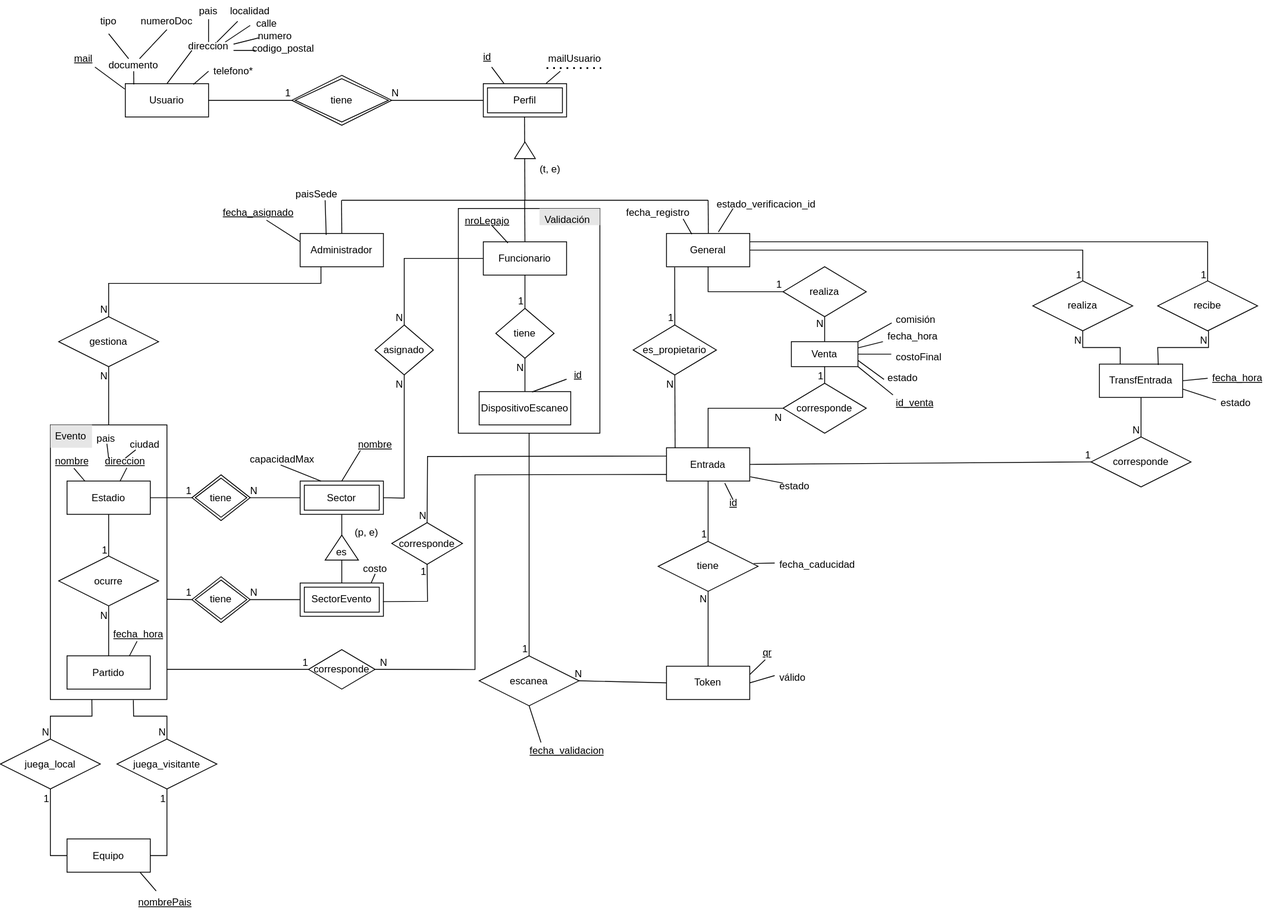
belenkanas/BackendObligatorio-BDII-2026 keeps this draw.io diagram as mer/MERObligatoriov4.svg. Above is the earlier version. Source tidied: cells renumbered, new cells last; positions are measured from the earlier drawing's top-left corner, leaving out a move shared by most shapes.
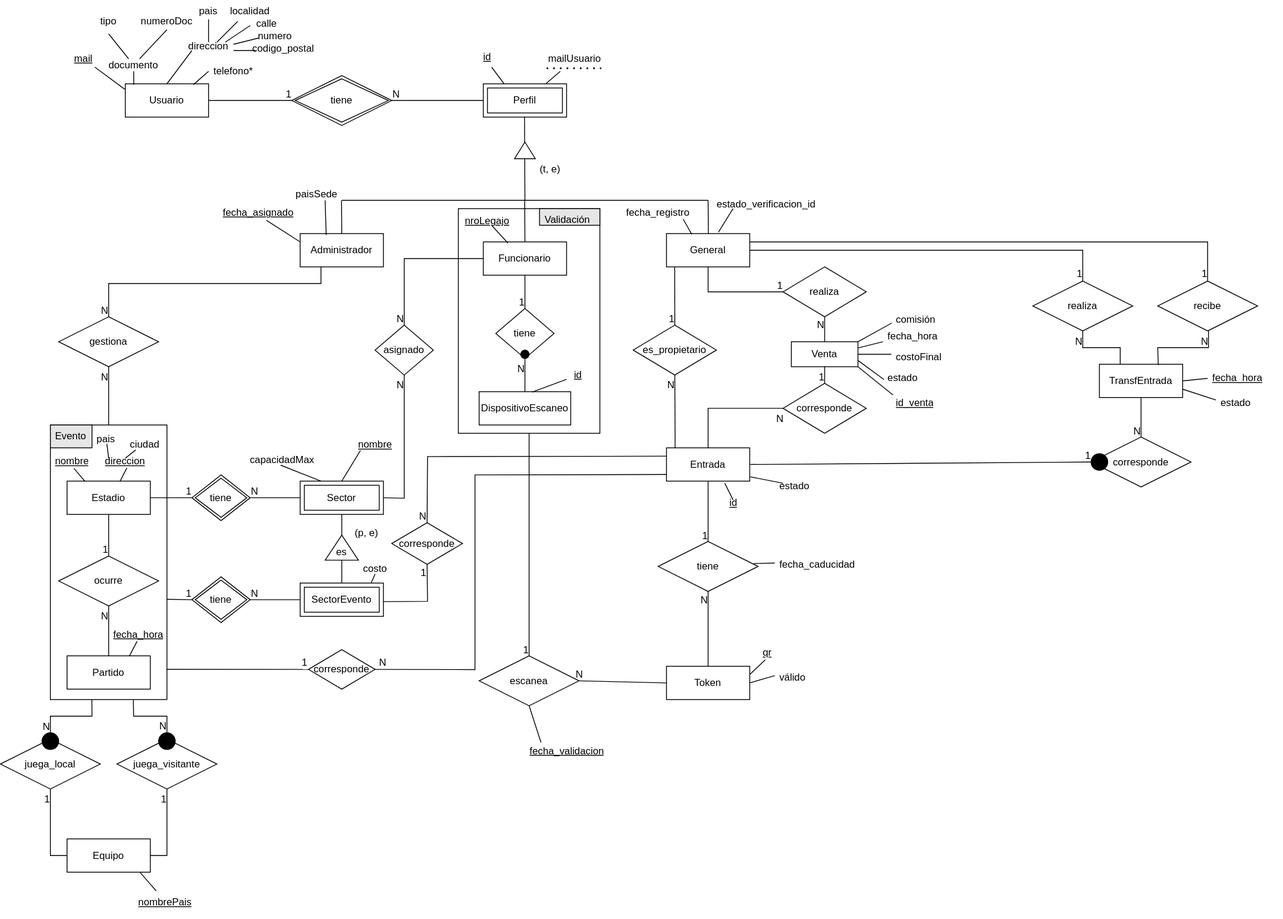
Later version of the same file.

What changed in the source:
```diff
@@ -87,7 +87,7 @@
     <mxCell id="24" value="1" style="html=1;whiteSpace=wrap;align=right;verticalAlign=bottom;" parent="23" vertex="1">
       <mxGeometry x="1" relative="1" as="geometry" />
     </mxCell>
-    <mxCell id="25" style="endArrow=none;html=1;rounded=0;exitX=0.5;exitY=0;exitDx=0;exitDy=0;entryX=0.5;entryY=1;entryDx=0;entryDy=0;" parent="1" edge="1" source="21" target="22">
+    <mxCell id="25" style="endArrow=none;html=1;rounded=0;exitX=0.5;exitY=0;exitDx=0;exitDy=0;entryX=0.5;entryY=1;entryDx=0;entryDy=0;" parent="1" edge="1" source="212" target="22">
       <mxGeometry relative="1" as="geometry" />
     </mxCell>
     <mxCell id="26" value="N" style="html=1;whiteSpace=wrap;align=right;verticalAlign=bottom;" parent="25" vertex="1">
@@ -180,7 +180,9 @@
       </mxGeometry>
     </mxCell>
     <mxCell id="46" value="N" style="html=1;whiteSpace=wrap;align=right;verticalAlign=bottom;" parent="45" vertex="1">
-      <mxGeometry x="1" relative="1" as="geometry" />
+      <mxGeometry x="1" relative="1" as="geometry">
+        <mxPoint y="-8" as="offset" />
+      </mxGeometry>
     </mxCell>
     <mxCell id="47" style="endArrow=none;html=1;rounded=0;exitX=1.001;exitY=0.644;exitDx=0;exitDy=0;entryX=0.5;entryY=0;entryDx=0;entryDy=0;exitPerimeter=0;" parent="1" edge="1" source="2" target="39">
       <mxGeometry relative="1" as="geometry">
@@ -191,7 +193,9 @@
       </mxGeometry>
     </mxCell>
     <mxCell id="48" value="N" style="html=1;whiteSpace=wrap;align=right;verticalAlign=bottom;" parent="47" vertex="1">
-      <mxGeometry x="1" relative="1" as="geometry" />
+      <mxGeometry x="1" relative="1" as="geometry">
+        <mxPoint y="-7" as="offset" />
+      </mxGeometry>
     </mxCell>
     <mxCell id="49" value="ocurre" style="shape=rhombus;perimeter=rhombusPerimeter;whiteSpace=wrap;html=1;align=center;" parent="1" vertex="1">
       <mxGeometry x="70" y="667.5" width="120" height="60" as="geometry" />
@@ -336,7 +340,7 @@
     <mxCell id="85" value="1" style="html=1;whiteSpace=wrap;align=right;verticalAlign=bottom;" parent="84" vertex="1">
       <mxGeometry x="1" relative="1" as="geometry" />
     </mxCell>
-    <mxCell id="86" style="endArrow=none;html=1;rounded=0;exitX=1;exitY=0.5;exitDx=0;exitDy=0;entryX=0;entryY=0.5;entryDx=0;entryDy=0;" parent="1" edge="1" source="27" target="80">
+    <mxCell id="86" style="endArrow=none;html=1;rounded=0;exitX=1;exitY=0.5;exitDx=0;exitDy=0;entryX=0;entryY=0.5;entryDx=0;entryDy=0;" parent="1" edge="1" source="216" target="80">
       <mxGeometry relative="1" as="geometry" />
     </mxCell>
     <mxCell id="87" value="1" style="html=1;whiteSpace=wrap;align=right;verticalAlign=bottom;" parent="86" vertex="1">
@@ -397,7 +401,7 @@
         <mxPoint y="20" as="offset" />
       </mxGeometry>
     </mxCell>
-    <mxCell id="98" value="Validación" style="text;strokeColor=none;fillColor=#E6E6E6;spacingLeft=4;spacingRight=4;overflow=hidden;fontSize=12;whiteSpace=wrap;html=1;" parent="1" vertex="1">
+    <mxCell id="98" value="Validación" style="text;strokeColor=#000000;fillColor=#E6E6E6;spacingLeft=4;spacingRight=4;overflow=hidden;fontSize=12;whiteSpace=wrap;html=1;" parent="1" vertex="1">
       <mxGeometry x="647.5" y="250" width="72.5" height="20" as="geometry" />
     </mxCell>
     <mxCell id="99" value="Venta" style="whiteSpace=wrap;html=1;align=center;" parent="1" vertex="1">
@@ -423,7 +427,7 @@
     <mxCell id="105" value="1" style="html=1;whiteSpace=wrap;align=right;verticalAlign=bottom;" parent="104" vertex="1">
       <mxGeometry x="1" relative="1" as="geometry" />
     </mxCell>
-    <mxCell id="106" value="Evento" style="text;strokeColor=none;fillColor=#E6E6E6;spacingLeft=4;spacingRight=4;overflow=hidden;fontSize=12;whiteSpace=wrap;html=1;" parent="1" vertex="1">
+    <mxCell id="106" value="Evento" style="text;strokeColor=#000000;fillColor=#E6E6E6;spacingLeft=4;spacingRight=4;overflow=hidden;fontSize=12;whiteSpace=wrap;html=1;" parent="1" vertex="1">
       <mxGeometry x="60" y="510" width="50" height="27.5" as="geometry" />
     </mxCell>
     <mxCell id="107" value="tiene" style="shape=rhombus;double=1;perimeter=rhombusPerimeter;whiteSpace=wrap;html=1;align=center;" parent="1" vertex="1">
@@ -792,5 +796,23 @@
     <mxCell id="210" style="endArrow=none;html=1;rounded=0;exitX=1;exitY=1;exitDx=0;exitDy=0;entryX=0.026;entryY=0.2;entryDx=0;entryDy=0;entryPerimeter=0;" parent="1" edge="1" source="99" target="209">
       <mxGeometry relative="1" as="geometry" />
     </mxCell>
+    <mxCell id="211" style="endArrow=none;html=1;rounded=0;exitX=0.5;exitY=0;exitDx=0;exitDy=0;entryX=0.5;entryY=1;entryDx=0;entryDy=0;" parent="1" edge="1" source="21" target="212">
+      <mxGeometry relative="1" as="geometry" />
+    </mxCell>
+    <mxCell id="212" style="ellipse;whiteSpace=wrap;html=1;fillColor=#000000;" parent="1" vertex="1">
+      <mxGeometry x="625" y="420" width="10" height="10" as="geometry" />
+    </mxCell>
+    <mxCell id="213" style="ellipse;whiteSpace=wrap;html=1;fillColor=#000000;" parent="1" vertex="1">
+      <mxGeometry x="190" y="880" width="20" height="20" as="geometry" />
+    </mxCell>
+    <mxCell id="214" style="ellipse;whiteSpace=wrap;html=1;fillColor=#000000;" parent="1" vertex="1">
+      <mxGeometry x="50" y="880" width="20" height="20" as="geometry" />
+    </mxCell>
+    <mxCell id="215" style="endArrow=none;html=1;rounded=0;exitX=1;exitY=0.5;exitDx=0;exitDy=0;entryX=0;entryY=0.5;entryDx=0;entryDy=0;" parent="1" edge="1" source="27" target="216">
+      <mxGeometry relative="1" as="geometry" />
+    </mxCell>
+    <mxCell id="216" style="ellipse;whiteSpace=wrap;html=1;fillColor=#000000;" parent="1" vertex="1">
+      <mxGeometry x="1310" y="544.5" width="20" height="20" as="geometry" />
+    </mxCell>
   </root>
 </mxGraphModel>
```
